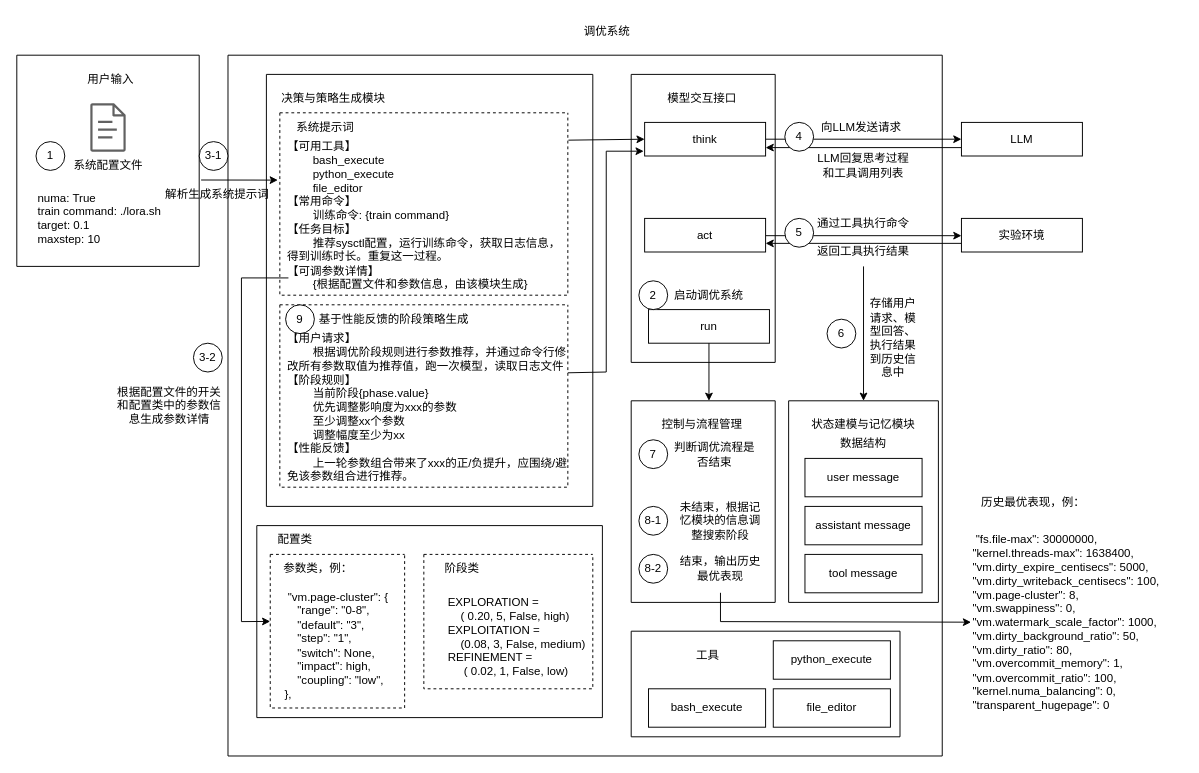
Before: page "第 8 页" (8 of 14) of KernelTuneAgent.drawio in DonCoyi/_pictures, a draw.io diagram. Source tidied: cells renumbered, new cells numbered last; positions are measured from the earlier drawing's top-left corner, leaving out a move shared by most shapes. Both pictures are drawn from the tidied source at 96%, with x=0, y=0 at pixel (16, 16).
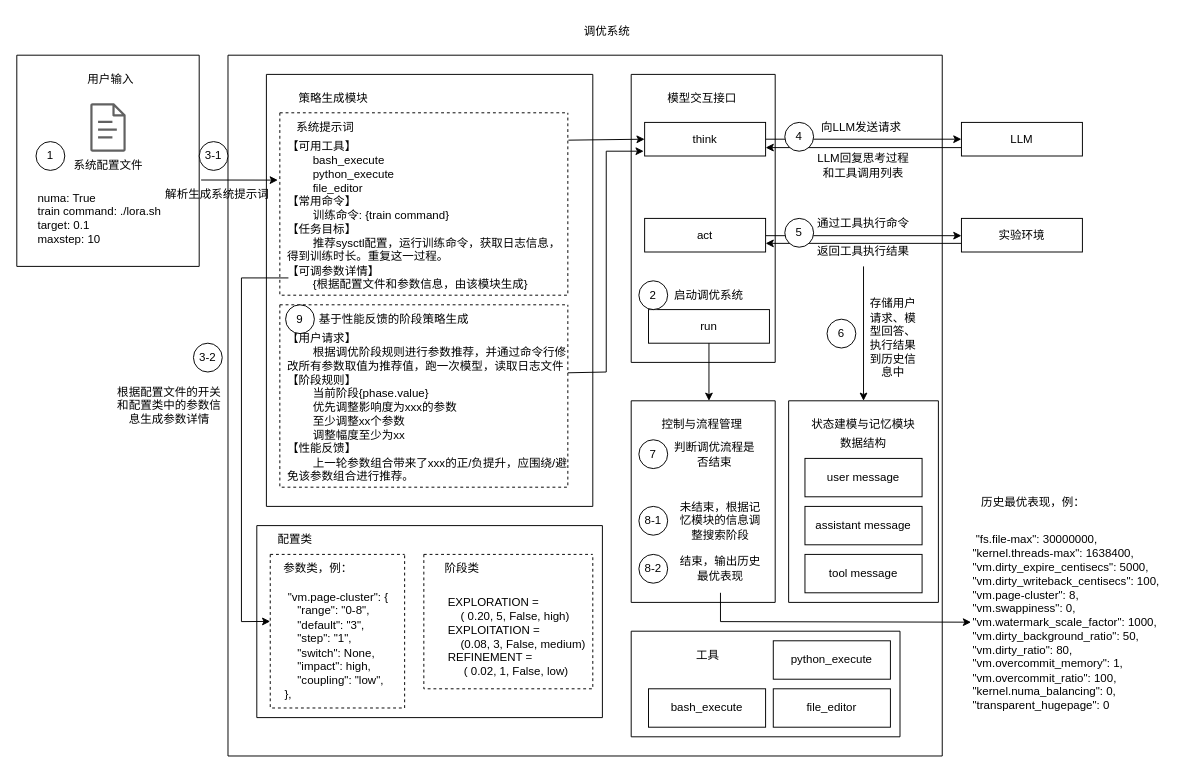
The same page after the edit.

Unchanged cells that the change refers to:
```xml
<mxCell id="4" style="swimlane;startSize=0;" parent="2" vertex="1">
  <mxGeometry x="40" y="20" width="340" height="450" as="geometry" />
</mxCell>
```

Change to the diagram source:
```diff
@@
-    <mxCell id="8" value="决策与策略生成模块" style="text;html=1;whiteSpace=wrap;strokeColor=none;fillColor=none;align=center;verticalAlign=middle;rounded=0;" parent="4" vertex="1">
+    <mxCell id="8" value="策略生成模块" style="text;html=1;whiteSpace=wrap;strokeColor=none;fillColor=none;align=center;verticalAlign=middle;rounded=0;" parent="4" vertex="1">
       <mxGeometry y="9.4" width="140" height="30.6" as="geometry" />
     </mxCell>
```
